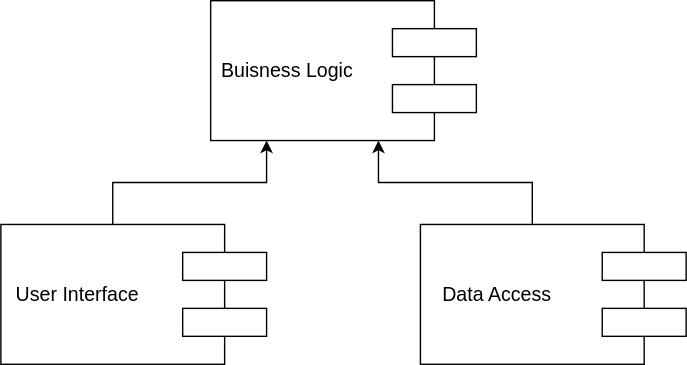
This is assets/high_level_components.svg from Erlendum/BMSTU_SD, a draw.io export, as it was before one commit. Source tidied: cells renumbered, new cells last; positions are measured from the earlier drawing's top-left corner, leaving out a move shared by most shapes.
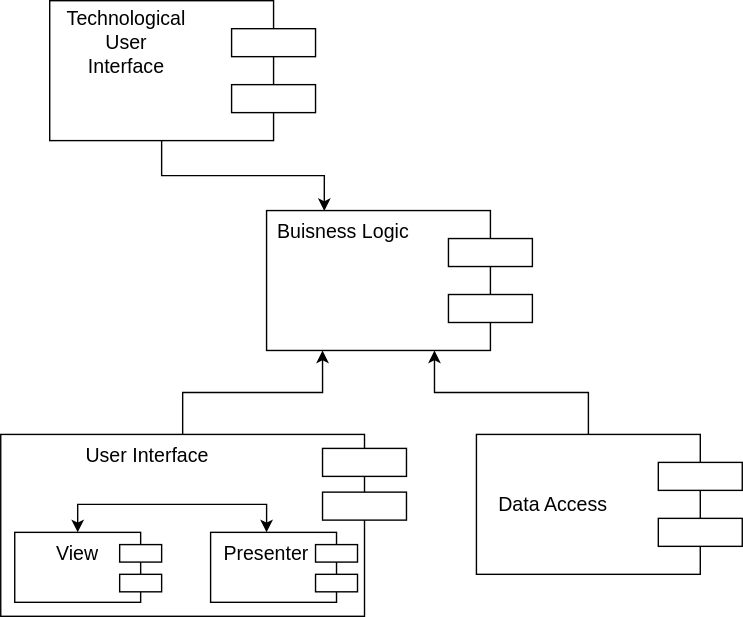
After the commit.

Commit message:
diagrams were updated.

The edit, as a diff of the source:
```diff
@@ -2,11 +2,14 @@
   <root>
     <mxCell id="0" />
     <mxCell id="1" parent="0" />
+    <mxCell id="7" style="rounded=0;whiteSpace=wrap;html=1;" parent="1" vertex="1">
+      <mxGeometry x="-40" y="160" width="260" height="130" as="geometry" />
+    </mxCell>
     <mxCell id="2" style="rounded=0;whiteSpace=wrap;html=1;" parent="1" vertex="1">
       <mxGeometry x="150" width="160" height="100" as="geometry" />
     </mxCell>
     <mxCell id="3" value="Buisness Logic" style="text;html=1;strokeColor=none;fillColor=none;align=center;verticalAlign=middle;whiteSpace=wrap;rounded=0;fontSize=14;" parent="1" vertex="1">
-      <mxGeometry x="150" y="35" width="110" height="30" as="geometry" />
+      <mxGeometry x="150" width="110" height="30" as="geometry" />
     </mxCell>
     <mxCell id="4" style="rounded=0;whiteSpace=wrap;html=1;" parent="1" vertex="1">
       <mxGeometry x="280" y="20" width="60" height="20" as="geometry" />
@@ -17,17 +20,14 @@
     <mxCell id="6" style="edgeStyle=orthogonalEdgeStyle;rounded=0;jettySize=auto;html=1;entryX=0.25;entryY=1;entryDx=0;entryDy=0;" parent="1" edge="1" source="7" target="2">
       <mxGeometry relative="1" as="geometry" />
     </mxCell>
-    <mxCell id="7" style="rounded=0;whiteSpace=wrap;html=1;" parent="1" vertex="1">
-      <mxGeometry y="160" width="160" height="100" as="geometry" />
-    </mxCell>
     <mxCell id="8" value="User Interface" style="text;html=1;strokeColor=none;fillColor=none;align=center;verticalAlign=middle;whiteSpace=wrap;rounded=0;fontSize=14;" parent="1" vertex="1">
-      <mxGeometry y="195" width="110" height="30" as="geometry" />
+      <mxGeometry x="10" y="160" width="110" height="30" as="geometry" />
     </mxCell>
     <mxCell id="9" style="rounded=0;whiteSpace=wrap;html=1;" parent="1" vertex="1">
-      <mxGeometry x="130" y="180" width="60" height="20" as="geometry" />
+      <mxGeometry x="190" y="170" width="60" height="20" as="geometry" />
     </mxCell>
     <mxCell id="10" style="rounded=0;whiteSpace=wrap;html=1;" parent="1" vertex="1">
-      <mxGeometry x="130" y="220" width="60" height="20" as="geometry" />
+      <mxGeometry x="190" y="201.2" width="60" height="20" as="geometry" />
     </mxCell>
     <mxCell id="11" style="edgeStyle=orthogonalEdgeStyle;rounded=0;jettySize=auto;html=1;entryX=0.75;entryY=1;entryDx=0;entryDy=0;" parent="1" edge="1" source="12" target="2">
       <mxGeometry relative="1" as="geometry" />
@@ -44,5 +44,47 @@
     <mxCell id="15" style="rounded=0;whiteSpace=wrap;html=1;" parent="1" vertex="1">
       <mxGeometry x="430" y="220" width="60" height="20" as="geometry" />
     </mxCell>
+    <mxCell id="16" style="rounded=0;whiteSpace=wrap;html=1;" parent="1" vertex="1">
+      <mxGeometry x="-30" y="230" width="90" height="50" as="geometry" />
+    </mxCell>
+    <mxCell id="17" style="edgeStyle=orthogonalEdgeStyle;rounded=0;jettySize=auto;html=1;exitX=0.5;exitY=0;exitDx=0;exitDy=0;entryX=0.5;entryY=0;entryDx=0;entryDy=0;startArrow=classic;startFill=1;" parent="1" edge="1" source="18" target="22">
+      <mxGeometry relative="1" as="geometry" />
+    </mxCell>
+    <mxCell id="18" value="View" style="text;html=1;strokeColor=none;fillColor=none;align=center;verticalAlign=middle;whiteSpace=wrap;rounded=0;fontSize=14;" parent="1" vertex="1">
+      <mxGeometry x="-25" y="230" width="80" height="30" as="geometry" />
+    </mxCell>
+    <mxCell id="19" style="rounded=0;whiteSpace=wrap;html=1;" parent="1" vertex="1">
+      <mxGeometry x="45" y="238.8" width="30" height="12.5" as="geometry" />
+    </mxCell>
+    <mxCell id="20" style="rounded=0;whiteSpace=wrap;html=1;" parent="1" vertex="1">
+      <mxGeometry x="45" y="260" width="30" height="12.5" as="geometry" />
+    </mxCell>
+    <mxCell id="21" style="rounded=0;whiteSpace=wrap;html=1;" parent="1" vertex="1">
+      <mxGeometry x="110" y="230" width="90" height="50" as="geometry" />
+    </mxCell>
+    <mxCell id="22" value="Presenter" style="text;html=1;strokeColor=none;fillColor=none;align=center;verticalAlign=middle;whiteSpace=wrap;rounded=0;fontSize=14;" parent="1" vertex="1">
+      <mxGeometry x="110" y="230" width="80" height="30" as="geometry" />
+    </mxCell>
+    <mxCell id="23" style="rounded=0;whiteSpace=wrap;html=1;" parent="1" vertex="1">
+      <mxGeometry x="185" y="238.8" width="30" height="12.5" as="geometry" />
+    </mxCell>
+    <mxCell id="24" style="rounded=0;whiteSpace=wrap;html=1;" parent="1" vertex="1">
+      <mxGeometry x="185" y="260" width="30" height="12.5" as="geometry" />
+    </mxCell>
+    <mxCell id="25" style="edgeStyle=orthogonalEdgeStyle;rounded=0;jettySize=auto;html=1;entryX=0.375;entryY=0.01;entryDx=0;entryDy=0;entryPerimeter=0;" parent="1" edge="1" source="26" target="3">
+      <mxGeometry relative="1" as="geometry" />
+    </mxCell>
+    <mxCell id="26" style="rounded=0;whiteSpace=wrap;html=1;" parent="1" vertex="1">
+      <mxGeometry x="-5" y="-150" width="160" height="100" as="geometry" />
+    </mxCell>
+    <mxCell id="27" value="Technological User&lt;br&gt;Interface" style="text;html=1;strokeColor=none;fillColor=none;align=center;verticalAlign=middle;whiteSpace=wrap;rounded=0;fontSize=14;" parent="1" vertex="1">
+      <mxGeometry x="-5" y="-135" width="110" height="30" as="geometry" />
+    </mxCell>
+    <mxCell id="28" style="rounded=0;whiteSpace=wrap;html=1;" parent="1" vertex="1">
+      <mxGeometry x="125" y="-130" width="60" height="20" as="geometry" />
+    </mxCell>
+    <mxCell id="29" style="rounded=0;whiteSpace=wrap;html=1;" parent="1" vertex="1">
+      <mxGeometry x="125" y="-90" width="60" height="20" as="geometry" />
+    </mxCell>
   </root>
 </mxGraphModel>
```
